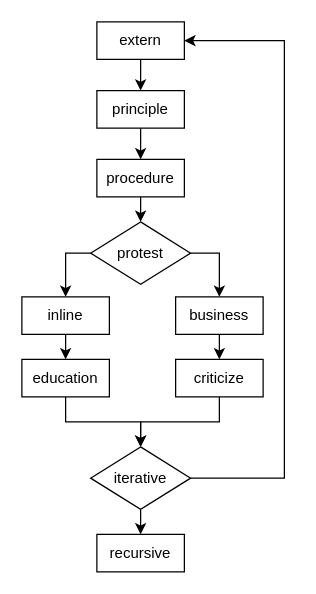
This is docs/graph/private.drawio from morgan322/ai-engine, a draw.io file, before an edit. Source tidied: cells renumbered, new cells numbered last; positions are measured from the earlier drawing's top-left corner, leaving out a move shared by most shapes. Both pictures are drawn from the tidied source at 125%, with x=0, y=0 at pixel (21, 21).
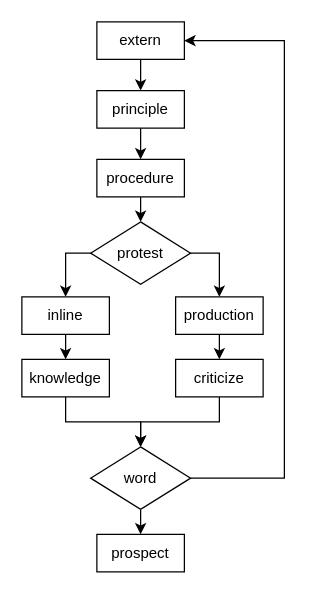
The same diagram, later.

Diff of the diagram source:
```diff
@@
-    <mxCell id="12" value="education" style="rounded=0;whiteSpace=wrap;html=1;shadow=0;" parent="1" vertex="1">
+    <mxCell id="12" value="knowledge" style="rounded=0;whiteSpace=wrap;html=1;shadow=0;" parent="1" vertex="1">
       <mxGeometry y="270" width="70" height="30" as="geometry" />
     </mxCell>
@@
-    <mxCell id="14" value="business" style="rounded=0;whiteSpace=wrap;html=1;shadow=0;" parent="1" vertex="1">
+    <mxCell id="14" value="production" style="rounded=0;whiteSpace=wrap;html=1;shadow=0;" parent="1" vertex="1">
       <mxGeometry x="123" y="220" width="70" height="30" as="geometry" />
     </mxCell>
@@
-    <mxCell id="19" value="iterative" style="rhombus;whiteSpace=wrap;html=1;shadow=0;" parent="1" vertex="1">
+    <mxCell id="19" value="word" style="rhombus;whiteSpace=wrap;html=1;shadow=0;" parent="1" vertex="1">
       <mxGeometry x="55" y="340" width="80" height="50" as="geometry" />
     </mxCell>
-    <mxCell id="20" value="recursive" style="rounded=0;whiteSpace=wrap;html=1;shadow=0;" parent="1" vertex="1">
+    <mxCell id="20" value="prospect" style="rounded=0;whiteSpace=wrap;html=1;shadow=0;" parent="1" vertex="1">
       <mxGeometry x="60" y="410" width="70" height="30" as="geometry" />
     </mxCell>
```
